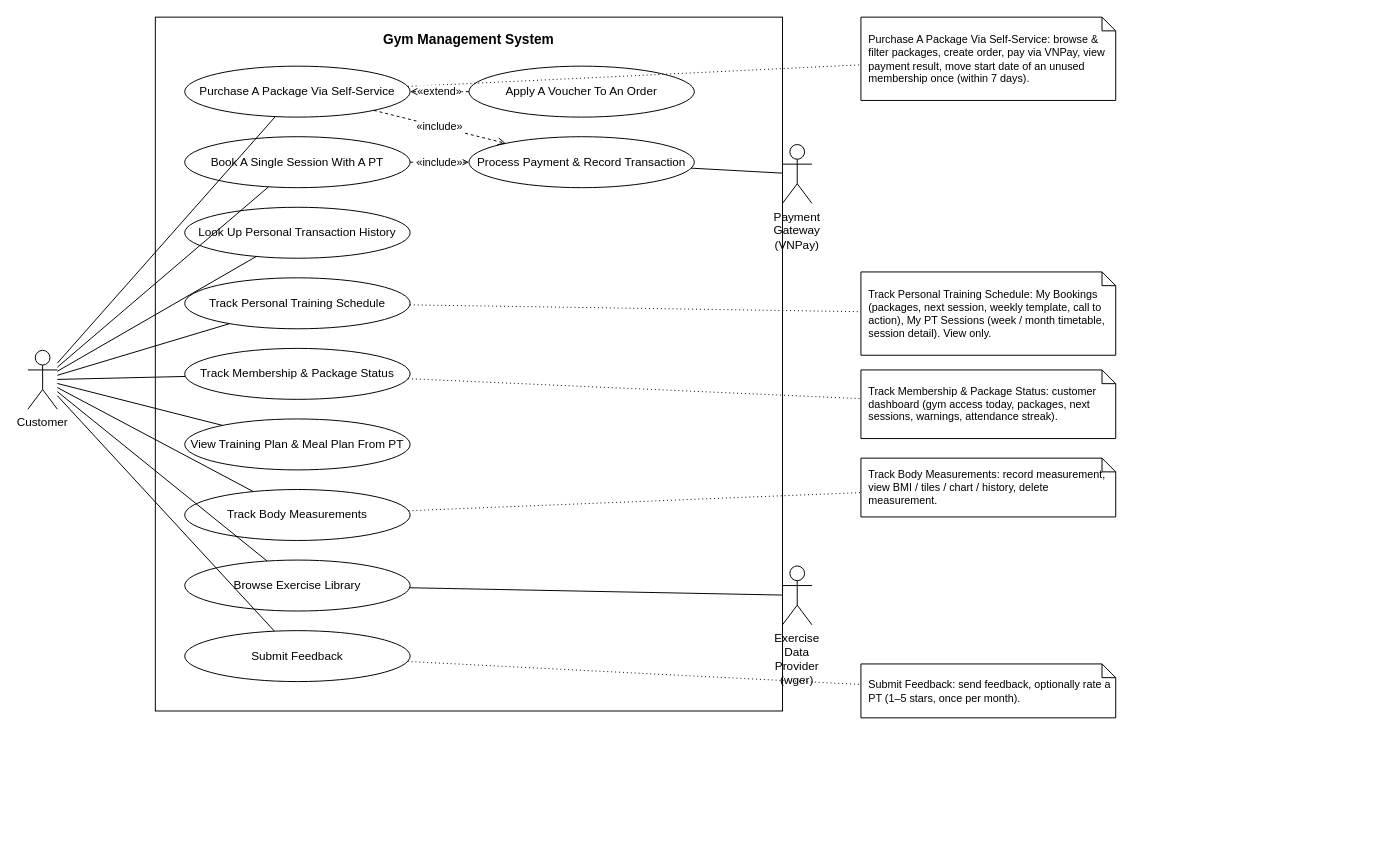
Earlier version of the draw.io diagram docs/srs-update/uc-diagrams/UC_Customer.drawio (Thomas-luckyclover/gym-management-system). Source tidied: cells renumbered, new cells numbered last; positions are measured from the earlier drawing's top-left corner, leaving out a move shared by most shapes. Both pictures are drawn from the tidied source at 98%, with x=0, y=0 at pixel (27, 17).
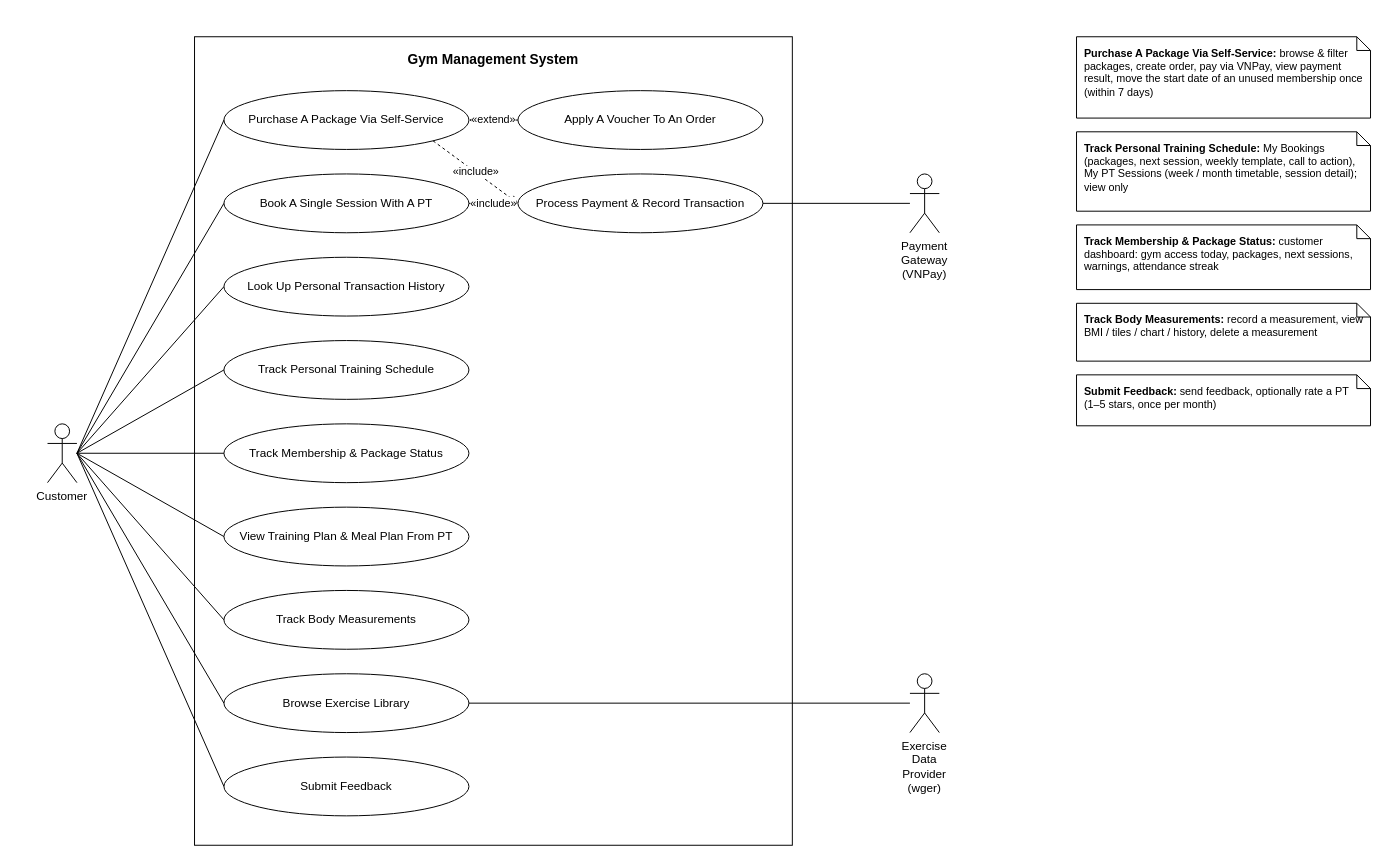
Above is the later version.

What changed in the source:
```diff
@@
     <mxCell id="2" value="Gym Management System" style="rounded=0;whiteSpace=wrap;html=1;fillColor=#FFFFFF;strokeColor=#000000;verticalAlign=top;align=center;fontStyle=1;spacingTop=8;fontFamily=Helvetica;fontSize=14;" parent="1" vertex="1">
-      <mxGeometry x="130" width="640" height="708" as="geometry" />
+      <mxGeometry x="170" y="20" width="610" height="825" as="geometry" />
     </mxCell>
     <mxCell id="3" value="Purchase A Package Via Self-Service" style="ellipse;whiteSpace=wrap;html=1;fillColor=#FFFFFF;strokeColor=#000000;fontFamily=Helvetica;fontSize=12;" parent="1" vertex="1">
-      <mxGeometry x="160" y="50" width="230" height="52" as="geometry" />
+      <mxGeometry x="200" y="75" width="250" height="60" as="geometry" />
     </mxCell>
     <mxCell id="4" value="Book A Single Session With A PT" style="ellipse;whiteSpace=wrap;html=1;fillColor=#FFFFFF;strokeColor=#000000;fontFamily=Helvetica;fontSize=12;" parent="1" vertex="1">
-      <mxGeometry x="160" y="122" width="230" height="52" as="geometry" />
+      <mxGeometry x="200" y="160" width="250" height="60" as="geometry" />
     </mxCell>
     <mxCell id="5" value="Look Up Personal Transaction History" style="ellipse;whiteSpace=wrap;html=1;fillColor=#FFFFFF;strokeColor=#000000;fontFamily=Helvetica;fontSize=12;" parent="1" vertex="1">
-      <mxGeometry x="160" y="194" width="230" height="52" as="geometry" />
+      <mxGeometry x="200" y="245" width="250" height="60" as="geometry" />
     </mxCell>
     <mxCell id="6" value="Track Personal Training Schedule" style="ellipse;whiteSpace=wrap;html=1;fillColor=#FFFFFF;strokeColor=#000000;fontFamily=Helvetica;fontSize=12;" parent="1" vertex="1">
-      <mxGeometry x="160" y="266" width="230" height="52" as="geometry" />
+      <mxGeometry x="200" y="330" width="250" height="60" as="geometry" />
     </mxCell>
     <mxCell id="7" value="Track Membership &amp; Package Status" style="ellipse;whiteSpace=wrap;html=1;fillColor=#FFFFFF;strokeColor=#000000;fontFamily=Helvetica;fontSize=12;" parent="1" vertex="1">
-      <mxGeometry x="160" y="338" width="230" height="52" as="geometry" />
+      <mxGeometry x="200" y="415" width="250" height="60" as="geometry" />
     </mxCell>
     <mxCell id="8" value="View Training Plan &amp; Meal Plan From PT" style="ellipse;whiteSpace=wrap;html=1;fillColor=#FFFFFF;strokeColor=#000000;fontFamily=Helvetica;fontSize=12;" parent="1" vertex="1">
-      <mxGeometry x="160" y="410" width="230" height="52" as="geometry" />
+      <mxGeometry x="200" y="500" width="250" height="60" as="geometry" />
     </mxCell>
     <mxCell id="9" value="Track Body Measurements" style="ellipse;whiteSpace=wrap;html=1;fillColor=#FFFFFF;strokeColor=#000000;fontFamily=Helvetica;fontSize=12;" parent="1" vertex="1">
-      <mxGeometry x="160" y="482" width="230" height="52" as="geometry" />
+      <mxGeometry x="200" y="585" width="250" height="60" as="geometry" />
     </mxCell>
     <mxCell id="10" value="Browse Exercise Library" style="ellipse;whiteSpace=wrap;html=1;fillColor=#FFFFFF;strokeColor=#000000;fontFamily=Helvetica;fontSize=12;" parent="1" vertex="1">
-      <mxGeometry x="160" y="554" width="230" height="52" as="geometry" />
+      <mxGeometry x="200" y="670" width="250" height="60" as="geometry" />
     </mxCell>
     <mxCell id="11" value="Submit Feedback" style="ellipse;whiteSpace=wrap;html=1;fillColor=#FFFFFF;strokeColor=#000000;fontFamily=Helvetica;fontSize=12;" parent="1" vertex="1">
-      <mxGeometry x="160" y="626" width="230" height="52" as="geometry" />
+      <mxGeometry x="200" y="755" width="250" height="60" as="geometry" />
     </mxCell>
     <mxCell id="12" value="Apply A Voucher To An Order" style="ellipse;whiteSpace=wrap;html=1;fillColor=#FFFFFF;strokeColor=#000000;fontFamily=Helvetica;fontSize=12;" parent="1" vertex="1">
-      <mxGeometry x="450" y="50" width="230" height="52" as="geometry" />
+      <mxGeometry x="500" y="75" width="250" height="60" as="geometry" />
     </mxCell>
     <mxCell id="13" value="Process Payment &amp; Record Transaction" style="ellipse;whiteSpace=wrap;html=1;fillColor=#FFFFFF;strokeColor=#000000;fontFamily=Helvetica;fontSize=12;" parent="1" vertex="1">
-      <mxGeometry x="450" y="122" width="230" height="52" as="geometry" />
+      <mxGeometry x="500" y="160" width="250" height="60" as="geometry" />
     </mxCell>
     <mxCell id="14" value="Customer" style="shape=umlActor;verticalLabelPosition=bottom;verticalAlign=top;html=1;outlineConnect=0;fillColor=#FFFFFF;strokeColor=#000000;whiteSpace=wrap;fontFamily=Helvetica;fontSize=12;" parent="1" vertex="1">
-      <mxGeometry y="340" width="30" height="60" as="geometry" />
+      <mxGeometry x="20" y="415" width="30" height="60" as="geometry" />
     </mxCell>
     <mxCell id="15" value="Payment Gateway (VNPay)" style="shape=umlActor;verticalLabelPosition=bottom;verticalAlign=top;html=1;outlineConnect=0;fillColor=#FFFFFF;strokeColor=#000000;whiteSpace=wrap;fontFamily=Helvetica;fontSize=12;" parent="1" vertex="1">
-      <mxGeometry x="770" y="130" width="30" height="60" as="geometry" />
+      <mxGeometry x="900" y="160" width="30" height="60" as="geometry" />
     </mxCell>
     <mxCell id="16" value="Exercise Data Provider (wger)" style="shape=umlActor;verticalLabelPosition=bottom;verticalAlign=top;html=1;outlineConnect=0;fillColor=#FFFFFF;strokeColor=#000000;whiteSpace=wrap;fontFamily=Helvetica;fontSize=12;" parent="1" vertex="1">
-      <mxGeometry x="770" y="560" width="30" height="60" as="geometry" />
+      <mxGeometry x="900" y="670" width="30" height="60" as="geometry" />
     </mxCell>
-    <mxCell id="17" value="Purchase A Package Via Self-Service: browse &amp; filter packages, create order, pay via VNPay, view payment result, move start date of an unused membership once (within 7 days)." style="shape=note;size=14;whiteSpace=wrap;html=1;fillColor=#FFFFFF;strokeColor=#000000;align=left;spacingLeft=6;spacingRight=4;fontFamily=Helvetica;fontSize=11;" parent="1" vertex="1">
-      <mxGeometry x="850" width="260" height="85" as="geometry" />
-    </mxCell>
-    <mxCell id="18" style="html=1;rounded=0;strokeColor=#000000;endArrow=none;dashed=1;dashPattern=1 3;" parent="1" edge="1" source="3" target="17">
-      <mxGeometry relative="1" as="geometry" />
-    </mxCell>
-    <mxCell id="19" value="Track Personal Training Schedule: My Bookings (packages, next session, weekly template, call to action), My PT Sessions (week / month timetable, session detail). View only." style="shape=note;size=14;whiteSpace=wrap;html=1;fillColor=#FFFFFF;strokeColor=#000000;align=left;spacingLeft=6;spacingRight=4;fontFamily=Helvetica;fontSize=11;" parent="1" vertex="1">
-      <mxGeometry x="850" y="260" width="260" height="85" as="geometry" />
-    </mxCell>
-    <mxCell id="20" style="html=1;rounded=0;strokeColor=#000000;endArrow=none;dashed=1;dashPattern=1 3;" parent="1" edge="1" source="6" target="19">
-      <mxGeometry relative="1" as="geometry" />
-    </mxCell>
-    <mxCell id="21" value="Track Membership &amp; Package Status: customer dashboard (gym access today, packages, next sessions, warnings, attendance streak)." style="shape=note;size=14;whiteSpace=wrap;html=1;fillColor=#FFFFFF;strokeColor=#000000;align=left;spacingLeft=6;spacingRight=4;fontFamily=Helvetica;fontSize=11;" parent="1" vertex="1">
-      <mxGeometry x="850" y="360" width="260" height="70" as="geometry" />
-    </mxCell>
-    <mxCell id="22" style="html=1;rounded=0;strokeColor=#000000;endArrow=none;dashed=1;dashPattern=1 3;" parent="1" edge="1" source="7" target="21">
-      <mxGeometry relative="1" as="geometry" />
-    </mxCell>
-    <mxCell id="23" value="Track Body Measurements: record measurement, view BMI / tiles / chart / history, delete measurement." style="shape=note;size=14;whiteSpace=wrap;html=1;fillColor=#FFFFFF;strokeColor=#000000;align=left;spacingLeft=6;spacingRight=4;fontFamily=Helvetica;fontSize=11;" parent="1" vertex="1">
-      <mxGeometry x="850" y="450" width="260" height="60" as="geometry" />
-    </mxCell>
-    <mxCell id="24" style="html=1;rounded=0;strokeColor=#000000;endArrow=none;dashed=1;dashPattern=1 3;" parent="1" edge="1" source="9" target="23">
-      <mxGeometry relative="1" as="geometry" />
-    </mxCell>
-    <mxCell id="25" value="Submit Feedback: send feedback, optionally rate a PT (1–5 stars, once per month)." style="shape=note;size=14;whiteSpace=wrap;html=1;fillColor=#FFFFFF;strokeColor=#000000;align=left;spacingLeft=6;spacingRight=4;fontFamily=Helvetica;fontSize=11;" parent="1" vertex="1">
-      <mxGeometry x="850" y="660" width="260" height="55" as="geometry" />
-    </mxCell>
-    <mxCell id="26" style="html=1;rounded=0;strokeColor=#000000;endArrow=none;dashed=1;dashPattern=1 3;" parent="1" edge="1" source="11" target="25">
-      <mxGeometry relative="1" as="geometry" />
-    </mxCell>
-    <mxCell id="27" style="html=1;rounded=0;strokeColor=#000000;endArrow=none;" parent="1" edge="1" source="14" target="3">
+    <mxCell id="27" style="html=1;rounded=0;strokeColor=#000000;endArrow=none;exitX=1;exitY=0.5;exitDx=0;exitDy=0;entryX=0;entryY=0.5;entryDx=0;entryDy=0;" parent="1" edge="1" source="14" target="3">
       <mxGeometry relative="1" as="geometry" />
     </mxCell>
-    <mxCell id="28" style="html=1;rounded=0;strokeColor=#000000;endArrow=none;" parent="1" edge="1" source="14" target="4">
+    <mxCell id="28" style="html=1;rounded=0;strokeColor=#000000;endArrow=none;exitX=1;exitY=0.5;exitDx=0;exitDy=0;entryX=0;entryY=0.5;entryDx=0;entryDy=0;" parent="1" edge="1" source="14" target="4">
       <mxGeometry relative="1" as="geometry" />
     </mxCell>
-    <mxCell id="29" style="html=1;rounded=0;strokeColor=#000000;endArrow=none;" parent="1" edge="1" source="14" target="5">
+    <mxCell id="29" style="html=1;rounded=0;strokeColor=#000000;endArrow=none;exitX=1;exitY=0.5;exitDx=0;exitDy=0;entryX=0;entryY=0.5;entryDx=0;entryDy=0;" parent="1" edge="1" source="14" target="5">
       <mxGeometry relative="1" as="geometry" />
     </mxCell>
-    <mxCell id="30" style="html=1;rounded=0;strokeColor=#000000;endArrow=none;" parent="1" edge="1" source="14" target="6">
+    <mxCell id="30" style="html=1;rounded=0;strokeColor=#000000;endArrow=none;exitX=1;exitY=0.5;exitDx=0;exitDy=0;entryX=0;entryY=0.5;entryDx=0;entryDy=0;" parent="1" edge="1" source="14" target="6">
       <mxGeometry relative="1" as="geometry" />
     </mxCell>
-    <mxCell id="31" style="html=1;rounded=0;strokeColor=#000000;endArrow=none;" parent="1" edge="1" source="14" target="7">
+    <mxCell id="31" style="html=1;rounded=0;strokeColor=#000000;endArrow=none;exitX=1;exitY=0.5;exitDx=0;exitDy=0;entryX=0;entryY=0.5;entryDx=0;entryDy=0;" parent="1" edge="1" source="14" target="7">
       <mxGeometry relative="1" as="geometry" />
     </mxCell>
-    <mxCell id="32" style="html=1;rounded=0;strokeColor=#000000;endArrow=none;" parent="1" edge="1" source="14" target="8">
+    <mxCell id="32" style="html=1;rounded=0;strokeColor=#000000;endArrow=none;exitX=1;exitY=0.5;exitDx=0;exitDy=0;entryX=0;entryY=0.5;entryDx=0;entryDy=0;" parent="1" edge="1" source="14" target="8">
       <mxGeometry relative="1" as="geometry" />
     </mxCell>
-    <mxCell id="33" style="html=1;rounded=0;strokeColor=#000000;endArrow=none;" parent="1" edge="1" source="14" target="9">
+    <mxCell id="33" style="html=1;rounded=0;strokeColor=#000000;endArrow=none;exitX=1;exitY=0.5;exitDx=0;exitDy=0;entryX=0;entryY=0.5;entryDx=0;entryDy=0;" parent="1" edge="1" source="14" target="9">
       <mxGeometry relative="1" as="geometry" />
     </mxCell>
-    <mxCell id="34" style="html=1;rounded=0;strokeColor=#000000;endArrow=none;" parent="1" edge="1" source="14" target="10">
+    <mxCell id="34" style="html=1;rounded=0;strokeColor=#000000;endArrow=none;exitX=1;exitY=0.5;exitDx=0;exitDy=0;entryX=0;entryY=0.5;entryDx=0;entryDy=0;" parent="1" edge="1" source="14" target="10">
       <mxGeometry relative="1" as="geometry" />
     </mxCell>
-    <mxCell id="35" style="html=1;rounded=0;strokeColor=#000000;endArrow=none;" parent="1" edge="1" source="14" target="11">
+    <mxCell id="35" style="html=1;rounded=0;strokeColor=#000000;endArrow=none;exitX=1;exitY=0.5;exitDx=0;exitDy=0;entryX=0;entryY=0.5;entryDx=0;entryDy=0;" parent="1" edge="1" source="14" target="11">
       <mxGeometry relative="1" as="geometry" />
     </mxCell>
-    <mxCell id="36" style="html=1;rounded=0;strokeColor=#000000;endArrow=none;" parent="1" edge="1" source="15" target="13">
+    <mxCell id="36" style="html=1;rounded=0;strokeColor=#000000;endArrow=none;exitX=0;exitY=0.5;exitDx=0;exitDy=0;entryX=1;entryY=0.5;entryDx=0;entryDy=0;" parent="1" edge="1" source="15" target="13">
       <mxGeometry relative="1" as="geometry" />
     </mxCell>
-    <mxCell id="37" style="html=1;rounded=0;strokeColor=#000000;endArrow=none;" parent="1" edge="1" source="16" target="10">
+    <mxCell id="37" style="html=1;rounded=0;strokeColor=#000000;endArrow=none;exitX=0;exitY=0.5;exitDx=0;exitDy=0;entryX=1;entryY=0.5;entryDx=0;entryDy=0;" parent="1" edge="1" source="16" target="10">
       <mxGeometry relative="1" as="geometry" />
     </mxCell>
-    <mxCell id="38" value="«extend»" style="html=1;rounded=0;strokeColor=#000000;endArrow=open;endFill=0;dashed=1;labelBackgroundColor=#FFFFFF;fontFamily=Helvetica;fontSize=11;" parent="1" edge="1" source="12" target="3">
+    <mxCell id="38" value="«extend»" style="html=1;rounded=0;strokeColor=#000000;endArrow=open;endFill=0;dashed=1;labelBackgroundColor=#FFFFFF;fontFamily=Helvetica;fontSize=11;exitX=0;exitY=0.5;exitDx=0;exitDy=0;entryX=1;entryY=0.5;entryDx=0;entryDy=0;" parent="1" edge="1" source="12" target="3">
       <mxGeometry relative="1" as="geometry" />
     </mxCell>
-    <mxCell id="39" value="«include»" style="html=1;rounded=0;strokeColor=#000000;endArrow=open;endFill=0;dashed=1;labelBackgroundColor=#FFFFFF;fontFamily=Helvetica;fontSize=11;" parent="1" edge="1" source="3" target="13">
+    <mxCell id="39" value="«include»" style="html=1;rounded=0;strokeColor=#000000;endArrow=open;endFill=0;dashed=1;labelBackgroundColor=#FFFFFF;fontFamily=Helvetica;fontSize=11;exitX=1;exitY=1;exitDx=0;exitDy=0;entryX=0;entryY=0.5;entryDx=0;entryDy=0;" parent="1" edge="1" source="3" target="13">
       <mxGeometry relative="1" as="geometry" />
     </mxCell>
-    <mxCell id="40" value="«include»" style="html=1;rounded=0;strokeColor=#000000;endArrow=open;endFill=0;dashed=1;labelBackgroundColor=#FFFFFF;fontFamily=Helvetica;fontSize=11;" parent="1" edge="1" source="4" target="13">
+    <mxCell id="40" value="«include»" style="html=1;rounded=0;strokeColor=#000000;endArrow=open;endFill=0;dashed=1;labelBackgroundColor=#FFFFFF;fontFamily=Helvetica;fontSize=11;exitX=1;exitY=0.5;exitDx=0;exitDy=0;entryX=0;entryY=0.5;entryDx=0;entryDy=0;" parent="1" edge="1" source="4" target="13">
       <mxGeometry relative="1" as="geometry" />
     </mxCell>
+    <mxCell id="41" value="&lt;b&gt;Purchase A Package Via Self-Service:&lt;/b&gt; browse &amp; filter packages, create order, pay via VNPay, view payment result, move the start date of an unused membership once (within 7 days)" style="shape=note;size=14;whiteSpace=wrap;html=1;fillColor=#FFFFFF;strokeColor=#000000;align=left;verticalAlign=top;spacingLeft=6;spacingRight=6;spacingTop=4;fontFamily=Helvetica;fontSize=11;" parent="1" vertex="1">
+      <mxGeometry x="1070" y="20" width="300" height="83" as="geometry" />
+    </mxCell>
+    <mxCell id="42" value="&lt;b&gt;Track Personal Training Schedule:&lt;/b&gt; My Bookings (packages, next session, weekly template, call to action), My PT Sessions (week / month timetable, session detail); view only" style="shape=note;size=14;whiteSpace=wrap;html=1;fillColor=#FFFFFF;strokeColor=#000000;align=left;verticalAlign=top;spacingLeft=6;spacingRight=6;spacingTop=4;fontFamily=Helvetica;fontSize=11;" parent="1" vertex="1">
+      <mxGeometry x="1070" y="117" width="300" height="81" as="geometry" />
+    </mxCell>
+    <mxCell id="43" value="&lt;b&gt;Track Membership &amp; Package Status:&lt;/b&gt; customer dashboard: gym access today, packages, next sessions, warnings, attendance streak" style="shape=note;size=14;whiteSpace=wrap;html=1;fillColor=#FFFFFF;strokeColor=#000000;align=left;verticalAlign=top;spacingLeft=6;spacingRight=6;spacingTop=4;fontFamily=Helvetica;fontSize=11;" parent="1" vertex="1">
+      <mxGeometry x="1070" y="212" width="300" height="66" as="geometry" />
+    </mxCell>
+    <mxCell id="44" value="&lt;b&gt;Track Body Measurements:&lt;/b&gt; record a measurement, view BMI / tiles / chart / history, delete a measurement" style="shape=note;size=14;whiteSpace=wrap;html=1;fillColor=#FFFFFF;strokeColor=#000000;align=left;verticalAlign=top;spacingLeft=6;spacingRight=6;spacingTop=4;fontFamily=Helvetica;fontSize=11;" parent="1" vertex="1">
+      <mxGeometry x="1070" y="292" width="300" height="59" as="geometry" />
+    </mxCell>
+    <mxCell id="45" value="&lt;b&gt;Submit Feedback:&lt;/b&gt; send feedback, optionally rate a PT (1–5 stars, once per month)" style="shape=note;size=14;whiteSpace=wrap;html=1;fillColor=#FFFFFF;strokeColor=#000000;align=left;verticalAlign=top;spacingLeft=6;spacingRight=6;spacingTop=4;fontFamily=Helvetica;fontSize=11;" parent="1" vertex="1">
+      <mxGeometry x="1070" y="365" width="300" height="52" as="geometry" />
+    </mxCell>
```
